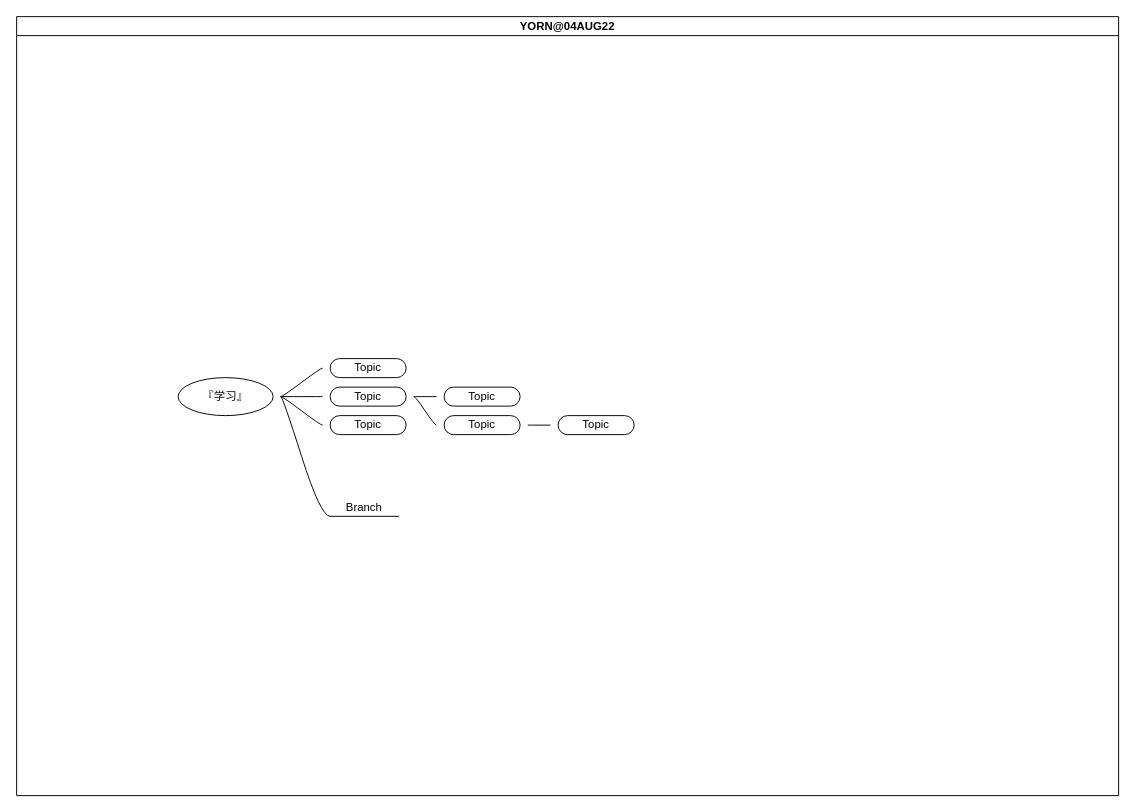
Earlier version of the draw.io diagram the-study/about-study-mindmap.drawio (waaaaaaat/draw-io). Source tidied: cells renumbered, new cells numbered last; positions are measured from the earlier drawing's top-left corner, leaving out a move shared by most shapes. Both pictures are drawn from the tidied source at 95%, with x=0, y=0 at pixel (16, 16).
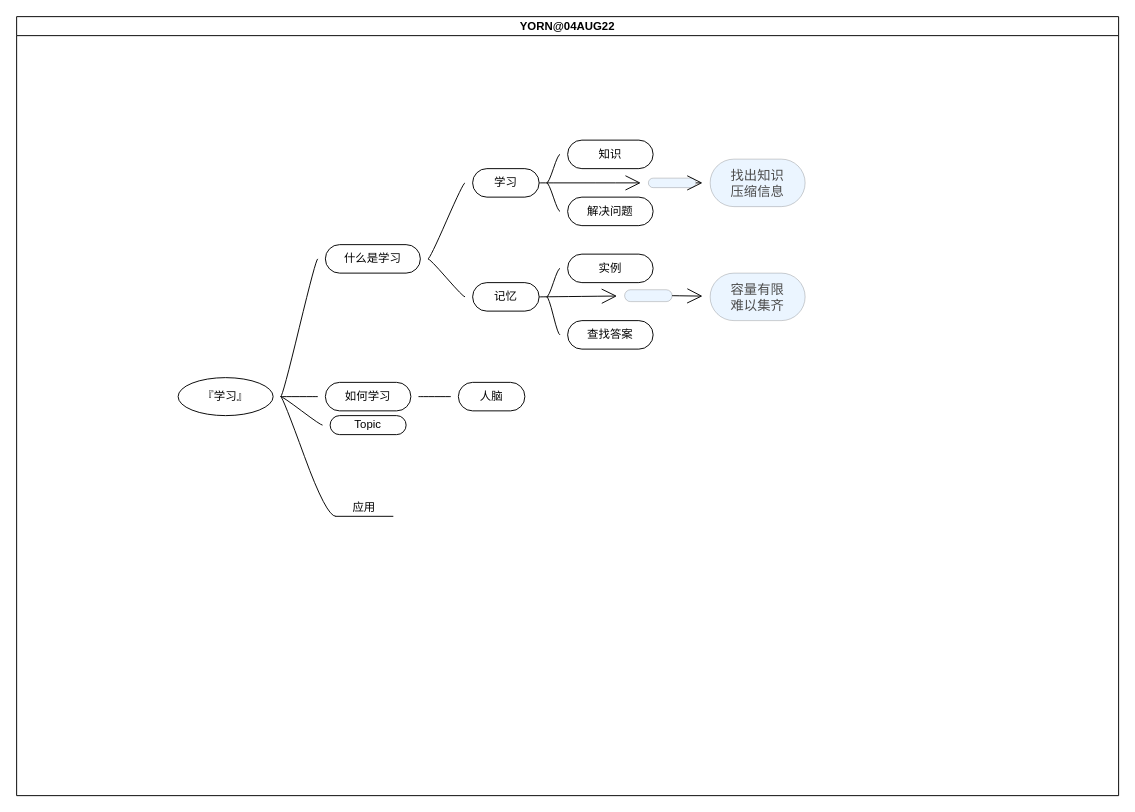
Above is the later version.

Unchanged cells that the change refers to:
```xml
<mxCell id="2" value="YORN@04AUG22" style="swimlane;startSize=20;horizontal=1;containerType=tree;hachureGap=4;" parent="1" vertex="1">
  <mxGeometry width="1160" height="820" as="geometry" />
</mxCell>
```

What changed in the source:
```diff
@@
-    <mxCell id="6" value="Topic" style="whiteSpace=wrap;html=1;rounded=1;arcSize=50;align=center;verticalAlign=middle;strokeWidth=1;spacing=4;newEdgeStyle={&quot;edgeStyle&quot;:&quot;entityRelationEdgeStyle&quot;,&quot;startArrow&quot;:&quot;none&quot;,&quot;endArrow&quot;:&quot;none&quot;,&quot;segment&quot;:10,&quot;curved&quot;:1};hachureGap=4;" parent="2" vertex="1">
-      <mxGeometry x="330" y="360" width="80" height="20" as="geometry" />
+    <mxCell id="6" value="什么是学习" style="whiteSpace=wrap;html=1;rounded=1;arcSize=50;align=center;verticalAlign=middle;strokeWidth=1;spacing=4;newEdgeStyle={&quot;edgeStyle&quot;:&quot;entityRelationEdgeStyle&quot;,&quot;startArrow&quot;:&quot;none&quot;,&quot;endArrow&quot;:&quot;none&quot;,&quot;segment&quot;:10,&quot;curved&quot;:1};hachureGap=4;" parent="2" vertex="1">
+      <mxGeometry x="325" y="240" width="100" height="30" as="geometry" />
     </mxCell>
-    <mxCell id="7" value="Branch" style="whiteSpace=wrap;html=1;shape=partialRectangle;top=0;left=0;bottom=1;right=0;points=[[0,1],[1,1]];fillColor=none;align=center;verticalAlign=bottom;routingCenterY=0.5;snapToPoint=1;newEdgeStyle={&quot;edgeStyle&quot;:&quot;entityRelationEdgeStyle&quot;,&quot;startArrow&quot;:&quot;none&quot;,&quot;endArrow&quot;:&quot;none&quot;,&quot;segment&quot;:10,&quot;curved&quot;:1};hachureGap=4;" parent="2" vertex="1">
-      <mxGeometry x="330" y="500" width="72" height="26" as="geometry" />
+    <mxCell id="7" value="应用" style="whiteSpace=wrap;html=1;shape=partialRectangle;top=0;left=0;bottom=1;right=0;points=[[0,1],[1,1]];fillColor=none;align=center;verticalAlign=bottom;routingCenterY=0.5;snapToPoint=1;newEdgeStyle={&quot;edgeStyle&quot;:&quot;entityRelationEdgeStyle&quot;,&quot;startArrow&quot;:&quot;none&quot;,&quot;endArrow&quot;:&quot;none&quot;,&quot;segment&quot;:10,&quot;curved&quot;:1};hachureGap=4;" parent="2" vertex="1">
+      <mxGeometry x="336" y="496" width="60" height="30" as="geometry" />
     </mxCell>
@@
-    <mxCell id="9" value="Topic" style="whiteSpace=wrap;html=1;rounded=1;arcSize=50;align=center;verticalAlign=middle;strokeWidth=1;spacing=4;newEdgeStyle={&quot;edgeStyle&quot;:&quot;entityRelationEdgeStyle&quot;,&quot;startArrow&quot;:&quot;none&quot;,&quot;endArrow&quot;:&quot;none&quot;,&quot;segment&quot;:10,&quot;curved&quot;:1};hachureGap=4;" parent="2" vertex="1">
-      <mxGeometry x="330" y="390" width="80" height="20" as="geometry" />
+    <mxCell id="9" value="如何学习" style="whiteSpace=wrap;html=1;rounded=1;arcSize=50;align=center;verticalAlign=middle;strokeWidth=1;spacing=4;newEdgeStyle={&quot;edgeStyle&quot;:&quot;entityRelationEdgeStyle&quot;,&quot;startArrow&quot;:&quot;none&quot;,&quot;endArrow&quot;:&quot;none&quot;,&quot;segment&quot;:10,&quot;curved&quot;:1};hachureGap=4;" parent="2" vertex="1">
+      <mxGeometry x="325" y="385" width="90" height="30" as="geometry" />
     </mxCell>
@@
-    <mxCell id="12" style="edgeStyle=entityRelationEdgeStyle;startArrow=none;endArrow=none;segment=10;curved=1;rounded=0;startSize=14;endSize=14;sourcePerimeterSpacing=8;targetPerimeterSpacing=8;" parent="2" edge="1" source="9" target="13">
-      <mxGeometry relative="1" as="geometry" />
-    </mxCell>
-    <mxCell id="13" value="Topic" style="whiteSpace=wrap;html=1;rounded=1;arcSize=50;align=center;verticalAlign=middle;strokeWidth=1;spacing=4;newEdgeStyle={&quot;edgeStyle&quot;:&quot;entityRelationEdgeStyle&quot;,&quot;startArrow&quot;:&quot;none&quot;,&quot;endArrow&quot;:&quot;none&quot;,&quot;segment&quot;:10,&quot;curved&quot;:1};hachureGap=4;" parent="2" vertex="1">
-      <mxGeometry x="450" y="390" width="80" height="20" as="geometry" />
-    </mxCell>
-    <mxCell id="14" style="edgeStyle=entityRelationEdgeStyle;startArrow=none;endArrow=none;segment=10;curved=1;rounded=0;startSize=14;endSize=14;sourcePerimeterSpacing=8;targetPerimeterSpacing=8;" parent="2" edge="1" source="9" target="15">
-      <mxGeometry relative="1" as="geometry" />
-    </mxCell>
-    <mxCell id="15" value="Topic" style="whiteSpace=wrap;html=1;rounded=1;arcSize=50;align=center;verticalAlign=middle;strokeWidth=1;spacing=4;newEdgeStyle={&quot;edgeStyle&quot;:&quot;entityRelationEdgeStyle&quot;,&quot;startArrow&quot;:&quot;none&quot;,&quot;endArrow&quot;:&quot;none&quot;,&quot;segment&quot;:10,&quot;curved&quot;:1};hachureGap=4;" parent="2" vertex="1">
-      <mxGeometry x="450" y="420" width="80" height="20" as="geometry" />
-    </mxCell>
-    <mxCell id="16" style="edgeStyle=entityRelationEdgeStyle;startArrow=none;endArrow=none;segment=10;curved=1;rounded=0;startSize=14;endSize=14;sourcePerimeterSpacing=8;targetPerimeterSpacing=8;" parent="2" edge="1" source="15" target="17">
-      <mxGeometry relative="1" as="geometry" />
-    </mxCell>
-    <mxCell id="17" value="Topic" style="whiteSpace=wrap;html=1;rounded=1;arcSize=50;align=center;verticalAlign=middle;strokeWidth=1;spacing=4;newEdgeStyle={&quot;edgeStyle&quot;:&quot;entityRelationEdgeStyle&quot;,&quot;startArrow&quot;:&quot;none&quot;,&quot;endArrow&quot;:&quot;none&quot;,&quot;segment&quot;:10,&quot;curved&quot;:1};hachureGap=4;" parent="2" vertex="1">
-      <mxGeometry x="570" y="420" width="80" height="20" as="geometry" />
-    </mxCell>
+    <mxCell id="18" style="edgeStyle=entityRelationEdgeStyle;startArrow=none;endArrow=none;segment=10;curved=1;rounded=0;startSize=14;endSize=14;sourcePerimeterSpacing=8;targetPerimeterSpacing=8;" parent="2" edge="1" source="6" target="20">
+      <mxGeometry relative="1" as="geometry" />
+    </mxCell>
+    <mxCell id="19" style="edgeStyle=none;curved=1;rounded=0;jettySize=auto;html=1;exitX=1;exitY=0.5;exitDx=0;exitDy=0;fontFamily=Verdana;fontSize=14;fontColor=#4D4D4D;endArrow=open;startSize=14;endSize=14;sourcePerimeterSpacing=8;targetPerimeterSpacing=8;" parent="2" edge="1" source="20" target="28">
+      <mxGeometry relative="1" as="geometry" />
+    </mxCell>
+    <mxCell id="20" value="学习" style="whiteSpace=wrap;html=1;rounded=1;arcSize=50;align=center;verticalAlign=middle;strokeWidth=1;spacing=4;newEdgeStyle={&quot;edgeStyle&quot;:&quot;entityRelationEdgeStyle&quot;,&quot;startArrow&quot;:&quot;none&quot;,&quot;endArrow&quot;:&quot;none&quot;,&quot;segment&quot;:10,&quot;curved&quot;:1};hachureGap=4;" parent="2" vertex="1">
+      <mxGeometry x="480" y="160" width="70" height="30" as="geometry" />
+    </mxCell>
+    <mxCell id="21" style="edgeStyle=entityRelationEdgeStyle;startArrow=none;endArrow=none;segment=10;curved=1;rounded=0;startSize=14;endSize=14;sourcePerimeterSpacing=8;targetPerimeterSpacing=8;" parent="2" edge="1" source="6" target="23">
+      <mxGeometry relative="1" as="geometry" />
+    </mxCell>
+    <mxCell id="22" style="edgeStyle=none;curved=1;rounded=0;jettySize=auto;html=1;exitX=1;exitY=0.5;exitDx=0;exitDy=0;fontFamily=Verdana;fontSize=14;fontColor=#4D4D4D;endArrow=open;startSize=14;endSize=14;sourcePerimeterSpacing=8;targetPerimeterSpacing=8;" parent="2" edge="1" source="23" target="35">
+      <mxGeometry relative="1" as="geometry" />
+    </mxCell>
+    <mxCell id="23" value="记忆" style="whiteSpace=wrap;html=1;rounded=1;arcSize=50;align=center;verticalAlign=middle;strokeWidth=1;spacing=4;newEdgeStyle={&quot;edgeStyle&quot;:&quot;entityRelationEdgeStyle&quot;,&quot;startArrow&quot;:&quot;none&quot;,&quot;endArrow&quot;:&quot;none&quot;,&quot;segment&quot;:10,&quot;curved&quot;:1};hachureGap=4;" parent="2" vertex="1">
+      <mxGeometry x="480" y="280" width="70" height="30" as="geometry" />
+    </mxCell>
+    <mxCell id="24" style="edgeStyle=entityRelationEdgeStyle;startArrow=none;endArrow=none;segment=10;curved=1;rounded=0;startSize=14;endSize=14;sourcePerimeterSpacing=8;targetPerimeterSpacing=8;" parent="2" edge="1" source="20" target="25">
+      <mxGeometry relative="1" as="geometry" />
+    </mxCell>
+    <mxCell id="25" value="知识" style="whiteSpace=wrap;html=1;rounded=1;arcSize=50;align=center;verticalAlign=middle;strokeWidth=1;spacing=4;newEdgeStyle={&quot;edgeStyle&quot;:&quot;entityRelationEdgeStyle&quot;,&quot;startArrow&quot;:&quot;none&quot;,&quot;endArrow&quot;:&quot;none&quot;,&quot;segment&quot;:10,&quot;curved&quot;:1};hachureGap=4;" parent="2" vertex="1">
+      <mxGeometry x="580" y="130" width="90" height="30" as="geometry" />
+    </mxCell>
+    <mxCell id="26" style="edgeStyle=entityRelationEdgeStyle;startArrow=none;endArrow=none;segment=10;curved=1;rounded=0;startSize=14;endSize=14;sourcePerimeterSpacing=8;targetPerimeterSpacing=8;" parent="2" edge="1" source="20" target="27">
+      <mxGeometry relative="1" as="geometry" />
+    </mxCell>
+    <mxCell id="27" value="解决问题" style="whiteSpace=wrap;html=1;rounded=1;arcSize=50;align=center;verticalAlign=middle;strokeWidth=1;spacing=4;newEdgeStyle={&quot;edgeStyle&quot;:&quot;entityRelationEdgeStyle&quot;,&quot;startArrow&quot;:&quot;none&quot;,&quot;endArrow&quot;:&quot;none&quot;,&quot;segment&quot;:10,&quot;curved&quot;:1};hachureGap=4;" parent="2" vertex="1">
+      <mxGeometry x="580" y="190" width="90" height="30" as="geometry" />
+    </mxCell>
+    <mxCell id="28" style="whiteSpace=wrap;html=1;rounded=1;arcSize=50;align=center;verticalAlign=middle;strokeWidth=1;spacing=4;newEdgeStyle={&quot;edgeStyle&quot;:&quot;entityRelationEdgeStyle&quot;,&quot;startArrow&quot;:&quot;none&quot;,&quot;endArrow&quot;:&quot;none&quot;,&quot;segment&quot;:10,&quot;curved&quot;:1};hachureGap=4;labelBackgroundColor=none;labelBorderColor=none;fontFamily=Verdana;fontSize=14;fontColor=#4D4D4D;fillColor=#99CCFF;opacity=20;strokeColor=default;glass=0;sketch=0;" parent="2" vertex="1">
+      <mxGeometry x="665" y="170" width="50" height="10" as="geometry" />
+    </mxCell>
+    <mxCell id="29" style="edgeStyle=none;curved=1;rounded=0;jettySize=auto;html=1;exitX=1;exitY=0.5;exitDx=0;exitDy=0;fontFamily=Verdana;fontSize=14;fontColor=#4D4D4D;endArrow=open;startSize=14;endSize=14;sourcePerimeterSpacing=8;targetPerimeterSpacing=8;" parent="2" edge="1" source="28" target="30">
+      <mxGeometry relative="1" as="geometry" />
+    </mxCell>
+    <mxCell id="30" value="找出知识&lt;br&gt;压缩信息" style="whiteSpace=wrap;html=1;rounded=1;arcSize=50;align=center;verticalAlign=middle;strokeWidth=1;spacing=4;newEdgeStyle={&quot;edgeStyle&quot;:&quot;entityRelationEdgeStyle&quot;,&quot;startArrow&quot;:&quot;none&quot;,&quot;endArrow&quot;:&quot;none&quot;,&quot;segment&quot;:10,&quot;curved&quot;:1};hachureGap=4;labelBackgroundColor=none;labelBorderColor=none;fontFamily=Verdana;fontSize=14;fontColor=#4D4D4D;fillColor=#99CCFF;opacity=20;" parent="2" vertex="1">
+      <mxGeometry x="730" y="150" width="100" height="50" as="geometry" />
+    </mxCell>
+    <mxCell id="31" style="edgeStyle=entityRelationEdgeStyle;startArrow=none;endArrow=none;segment=10;curved=1;rounded=0;startSize=14;endSize=14;sourcePerimeterSpacing=8;targetPerimeterSpacing=8;" parent="2" edge="1" source="23" target="32">
+      <mxGeometry relative="1" as="geometry" />
+    </mxCell>
+    <mxCell id="32" value="实例" style="whiteSpace=wrap;html=1;rounded=1;arcSize=50;align=center;verticalAlign=middle;strokeWidth=1;spacing=4;newEdgeStyle={&quot;edgeStyle&quot;:&quot;entityRelationEdgeStyle&quot;,&quot;startArrow&quot;:&quot;none&quot;,&quot;endArrow&quot;:&quot;none&quot;,&quot;segment&quot;:10,&quot;curved&quot;:1};hachureGap=4;" parent="2" vertex="1">
+      <mxGeometry x="580" y="250" width="90" height="30" as="geometry" />
+    </mxCell>
+    <mxCell id="33" style="edgeStyle=entityRelationEdgeStyle;startArrow=none;endArrow=none;segment=10;curved=1;rounded=0;startSize=14;endSize=14;sourcePerimeterSpacing=8;targetPerimeterSpacing=8;" parent="2" edge="1" source="23" target="34">
+      <mxGeometry relative="1" as="geometry" />
+    </mxCell>
+    <mxCell id="34" value="查找答案" style="whiteSpace=wrap;html=1;rounded=1;arcSize=50;align=center;verticalAlign=middle;strokeWidth=1;spacing=4;newEdgeStyle={&quot;edgeStyle&quot;:&quot;entityRelationEdgeStyle&quot;,&quot;startArrow&quot;:&quot;none&quot;,&quot;endArrow&quot;:&quot;none&quot;,&quot;segment&quot;:10,&quot;curved&quot;:1};hachureGap=4;" parent="2" vertex="1">
+      <mxGeometry x="580" y="320" width="90" height="30" as="geometry" />
+    </mxCell>
+    <mxCell id="35" style="whiteSpace=wrap;html=1;rounded=1;arcSize=50;align=center;verticalAlign=middle;strokeWidth=1;spacing=4;newEdgeStyle={&quot;edgeStyle&quot;:&quot;entityRelationEdgeStyle&quot;,&quot;startArrow&quot;:&quot;none&quot;,&quot;endArrow&quot;:&quot;none&quot;,&quot;segment&quot;:10,&quot;curved&quot;:1};hachureGap=4;labelBackgroundColor=none;labelBorderColor=none;fontFamily=Verdana;fontSize=14;fontColor=#4D4D4D;fillColor=#99CCFF;opacity=20;" parent="2" vertex="1">
+      <mxGeometry x="640" y="287.5" width="50" height="12.5" as="geometry" />
+    </mxCell>
+    <mxCell id="36" style="edgeStyle=none;curved=1;rounded=0;jettySize=auto;html=1;exitX=1;exitY=0.5;exitDx=0;exitDy=0;fontFamily=Verdana;fontSize=14;fontColor=#4D4D4D;endArrow=open;startSize=14;endSize=14;sourcePerimeterSpacing=8;targetPerimeterSpacing=8;" parent="2" edge="1" source="35" target="37">
+      <mxGeometry relative="1" as="geometry" />
+    </mxCell>
+    <mxCell id="37" value="容量有限&lt;br&gt;难以集齐" style="whiteSpace=wrap;html=1;rounded=1;arcSize=50;align=center;verticalAlign=middle;strokeWidth=1;spacing=4;newEdgeStyle={&quot;edgeStyle&quot;:&quot;entityRelationEdgeStyle&quot;,&quot;startArrow&quot;:&quot;none&quot;,&quot;endArrow&quot;:&quot;none&quot;,&quot;segment&quot;:10,&quot;curved&quot;:1};hachureGap=4;labelBackgroundColor=none;labelBorderColor=none;fontFamily=Verdana;fontSize=14;fontColor=#4D4D4D;fillColor=#99CCFF;opacity=20;" parent="2" vertex="1">
+      <mxGeometry x="730" y="270" width="100" height="50" as="geometry" />
+    </mxCell>
+    <mxCell id="38" style="edgeStyle=entityRelationEdgeStyle;startArrow=none;endArrow=none;segment=10;curved=1;rounded=0;startSize=14;endSize=14;sourcePerimeterSpacing=8;targetPerimeterSpacing=8;" parent="2" edge="1" source="9" target="39">
+      <mxGeometry relative="1" as="geometry" />
+    </mxCell>
+    <mxCell id="39" value="人脑" style="whiteSpace=wrap;html=1;rounded=1;arcSize=50;align=center;verticalAlign=middle;strokeWidth=1;spacing=4;newEdgeStyle={&quot;edgeStyle&quot;:&quot;entityRelationEdgeStyle&quot;,&quot;startArrow&quot;:&quot;none&quot;,&quot;endArrow&quot;:&quot;none&quot;,&quot;segment&quot;:10,&quot;curved&quot;:1};hachureGap=4;" parent="2" vertex="1">
+      <mxGeometry x="465" y="385" width="70" height="30" as="geometry" />
+    </mxCell>
```
